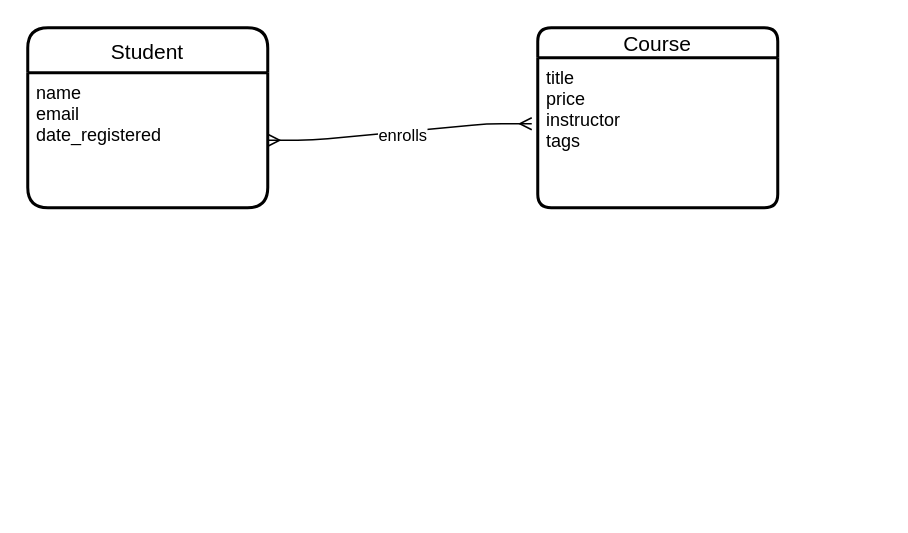
bituritesh/DB-modelling keeps this draw.io diagram as First_Diagram.drawio. Above is the earlier version. Source tidied: cells renumbered, new cells numbered last; positions are measured from the earlier drawing's top-left corner, leaving out a move shared by most shapes. Both pictures are drawn from the tidied source at 150%, with x=0, y=0 at pixel (27, 27).
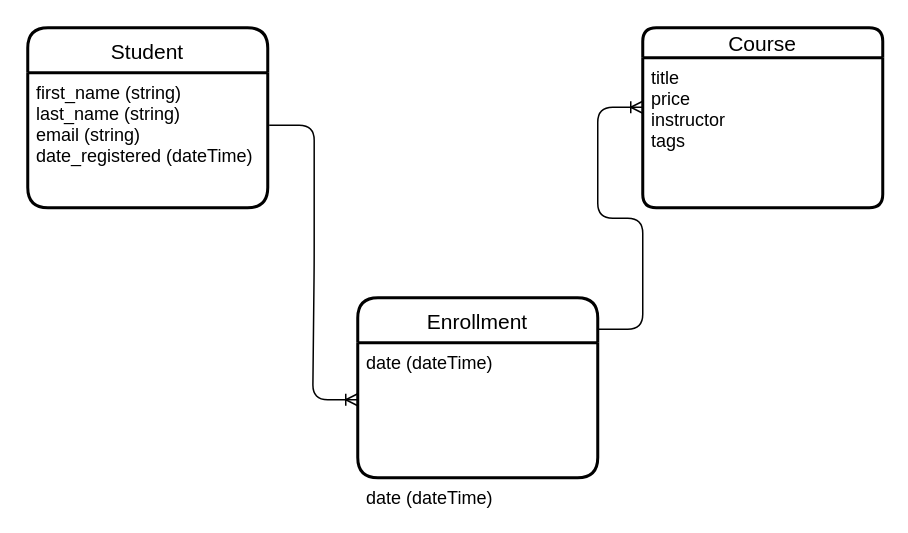
After the change.

Change to the diagram source:
```diff
@@
 <mxGraphModel>
   <root>
     <mxCell id="0" />
     <mxCell id="1" parent="0" />
     <mxCell id="2" value="Student" style="swimlane;horizontal=1;startSize=30;rounded=1;fontSize=14;fontStyle=0;strokeWidth=2;shadow=0;dashed=0;align=center;" parent="1" vertex="1">
       <mxGeometry width="160" height="120" as="geometry" />
     </mxCell>
-    <mxCell id="3" value="name&#10;email&#10;date_registered&#10;" style="align=left;strokeColor=none;fillColor=none;spacingLeft=4;fontSize=12;verticalAlign=top;" parent="2" vertex="1">
+    <mxCell id="3" value="first_name (string)&#10;last_name (string)&#10;email (string)&#10;date_registered (dateTime)&#10;" style="align=left;strokeColor=none;fillColor=none;spacingLeft=4;fontSize=12;verticalAlign=top;" parent="2" vertex="1">
       <mxGeometry y="30" width="160" height="90" as="geometry" />
     </mxCell>
     <mxCell id="4" value="Course" style="swimlane;horizontal=1;startSize=20;rounded=1;fontSize=14;fontStyle=0;strokeWidth=2;shadow=0;dashed=0;align=center;" parent="1" vertex="1">
-      <mxGeometry x="340" width="160" height="120" as="geometry" />
+      <mxGeometry x="410" width="160" height="120" as="geometry" />
     </mxCell>
     <mxCell id="5" value="title&#10;price&#10;instructor&#10;tags&#10;" style="align=left;strokeColor=none;fillColor=none;spacingLeft=4;fontSize=12;verticalAlign=top;" parent="4" vertex="1">
       <mxGeometry y="20" width="160" height="100" as="geometry" />
     </mxCell>
-    <mxCell id="6" style="edgeStyle=entityRelationEdgeStyle;fontSize=12;html=1;endArrow=ERmany;startArrow=ERmany;exitX=1;exitY=0.5;exitDx=0;exitDy=0;entryX=-0.025;entryY=0.44;entryDx=0;entryDy=0;entryPerimeter=0;" parent="1" edge="1" source="3" target="5">
-      <mxGeometry relative="1" as="geometry" />
-    </mxCell>
-    <mxCell id="7" value="enrolls" style="edgeLabel;html=1;align=center;verticalAlign=middle;" parent="6" vertex="1">
-      <mxGeometry x="0.02" y="-2" relative="1" as="geometry" />
-    </mxCell>
+    <mxCell id="8" value="Enrollment" style="swimlane;horizontal=1;startSize=30;rounded=1;fontSize=14;fontStyle=0;strokeWidth=2;shadow=0;dashed=0;align=center;" parent="1" vertex="1">
+      <mxGeometry x="220" y="180" width="160" height="120" as="geometry" />
+    </mxCell>
+    <mxCell id="9" value="date (dateTime)" style="align=left;strokeColor=none;fillColor=none;spacingLeft=4;fontSize=12;verticalAlign=top;" parent="8" vertex="1">
+      <mxGeometry y="30" width="160" height="90" as="geometry" />
+    </mxCell>
+    <mxCell id="10" value="date (dateTime)" style="align=left;strokeColor=none;fillColor=none;spacingLeft=4;fontSize=12;verticalAlign=top;" parent="8" vertex="1">
+      <mxGeometry y="120" width="160" as="geometry" />
+    </mxCell>
+    <mxCell id="11" style="edgeStyle=entityRelationEdgeStyle;fontSize=12;html=1;endArrow=ERoneToMany;exitX=1;exitY=0.175;exitDx=0;exitDy=0;exitPerimeter=0;entryX=0;entryY=0.33;entryDx=0;entryDy=0;entryPerimeter=0;" parent="1" edge="1" source="8" target="5">
+      <mxGeometry relative="1" as="geometry" />
+    </mxCell>
+    <mxCell id="12" style="edgeStyle=entityRelationEdgeStyle;fontSize=12;html=1;endArrow=ERoneToMany;exitX=1.006;exitY=0.389;exitDx=0;exitDy=0;exitPerimeter=0;entryX=0;entryY=0.422;entryDx=0;entryDy=0;entryPerimeter=0;" parent="1" edge="1" source="3" target="9">
+      <mxGeometry relative="1" as="geometry" />
+    </mxCell>
   </root>
 </mxGraphModel>
```
